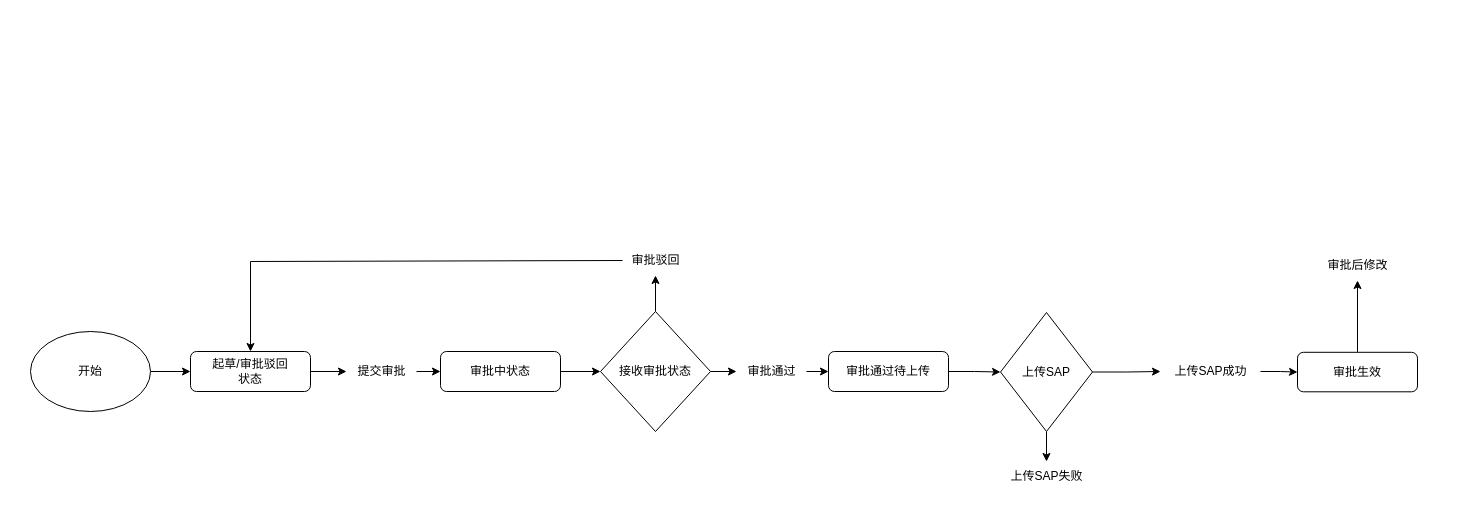
Earlier version of the draw.io diagram 未命名绘图.drawio (Leo-zwh/publishSystem). Source tidied: cells renumbered, new cells numbered last; positions are measured from the earlier drawing's top-left corner, leaving out a move shared by most shapes. Both pictures are drawn from the tidied source at 100%, with x=0, y=0 at pixel (30, 245).
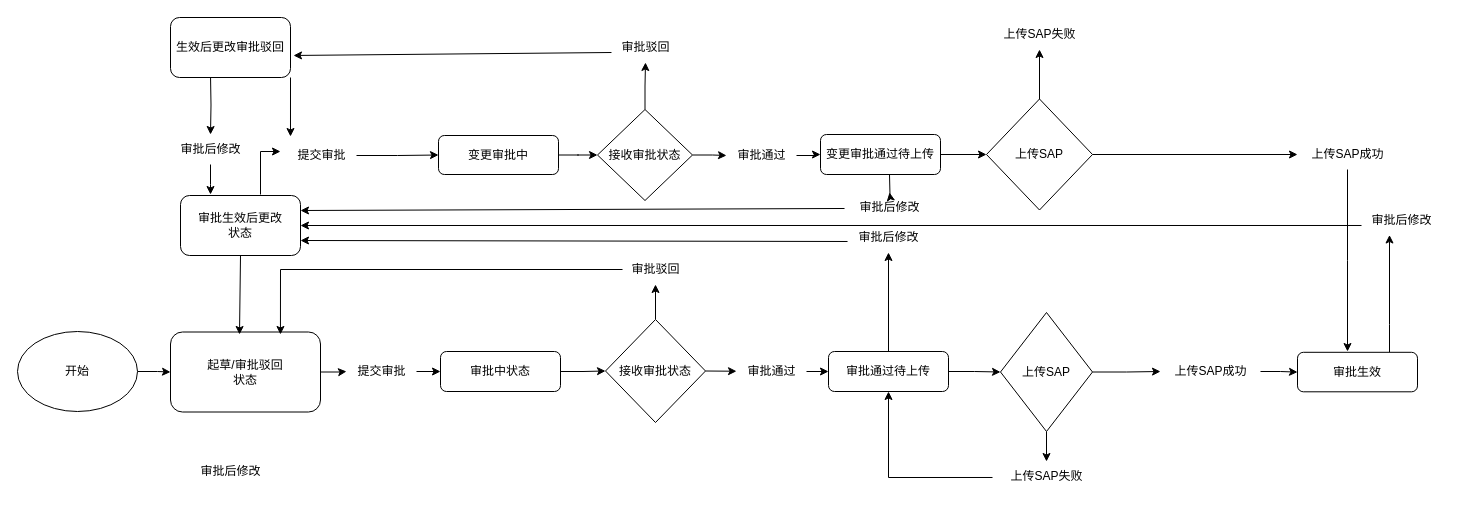
Above is the later version.

Commit message (it also covers changes not shown here):
更新未命名绘图.drawio

Unchanged cells that the change refers to:
```xml
<mxCell id="9" value="审批生效" style="rounded=1;whiteSpace=wrap;html=1;" parent="1" vertex="1">
  <mxGeometry x="1267" y="106.8" width="120" height="39.5" as="geometry" />
</mxCell>
<mxCell id="17" value="上传SAP" style="rhombus;whiteSpace=wrap;html=1;" parent="1" vertex="1">
  <mxGeometry x="970" y="67" width="92" height="119" as="geometry" />
</mxCell>
<mxCell id="23" value="上传SAP失败" style="text;html=1;align=center;verticalAlign=middle;points=[];strokeColor=none;fillColor=none;" parent="1" vertex="1">
  <mxGeometry x="966" y="216" width="100" height="30" as="geometry" />
</mxCell>
<mxCell id="24" value="审批通过待上传" style="rounded=1;whiteSpace=wrap;html=1;" parent="1" vertex="1">
  <mxGeometry x="798" y="106" width="120" height="40" as="geometry" />
</mxCell>
```

What changed in the source:
```diff
@@
     <mxCell id="3" value="开始" style="ellipse;whiteSpace=wrap;html=1;labelBackgroundColor=none;labelBorderColor=none;" parent="1" vertex="1">
-      <mxGeometry y="86" width="120" height="80" as="geometry" />
+      <mxGeometry x="-13" y="86" width="120" height="80" as="geometry" />
     </mxCell>
@@
     <mxCell id="5" value="起草/审批驳回&lt;br&gt;状态" style="rounded=1;whiteSpace=wrap;html=1;" parent="1" vertex="1">
-      <mxGeometry x="160" y="106" width="120" height="40" as="geometry" />
+      <mxGeometry x="140" y="86.5" width="150" height="80" as="geometry" />
     </mxCell>
@@
-    <mxCell id="8" style="edgeStyle=orthogonalEdgeStyle;rounded=0;jettySize=auto;html=1;" parent="1" edge="1" source="9" target="27">
-      <mxGeometry relative="1" as="geometry" />
-    </mxCell>
+    <mxCell id="28" style="edgeStyle=orthogonalEdgeStyle;rounded=0;orthogonalLoop=1;jettySize=auto;html=1;" parent="1" edge="1">
+      <mxGeometry relative="1" as="geometry">
+        <mxPoint x="1359" y="106.8" as="sourcePoint" />
+        <mxPoint x="1359" y="-10.5" as="targetPoint" />
+        <Array as="points">
+          <mxPoint x="1359" y="79" />
+          <mxPoint x="1359" y="79" />
+        </Array>
+      </mxGeometry>
+    </mxCell>
@@
     <mxCell id="12" value="审批驳回" style="text;html=1;align=center;verticalAlign=middle;points=[];strokeColor=none;fillColor=none;" parent="1" vertex="1">
-      <mxGeometry x="590" width="70" height="30" as="geometry" />
+      <mxGeometry x="590" y="9" width="70" height="30" as="geometry" />
     </mxCell>
@@
     <mxCell id="14" value="接收审批状态" style="rhombus;whiteSpace=wrap;html=1;" parent="1" vertex="1">
-      <mxGeometry x="570" y="66" width="110" height="120" as="geometry" />
+      <mxGeometry x="575" y="74" width="100" height="103" as="geometry" />
     </mxCell>
+    <mxCell id="16" style="edgeStyle=orthogonalEdgeStyle;rounded=0;jettySize=auto;html=1;" parent="1" edge="1" source="17" target="23">
+      <mxGeometry relative="1" as="geometry" />
+    </mxCell>
@@
-    <mxCell id="16" style="edgeStyle=orthogonalEdgeStyle;rounded=0;jettySize=auto;html=1;" parent="1" edge="1" source="17" target="23">
-      <mxGeometry relative="1" as="geometry" />
-    </mxCell>
@@
+    <mxCell id="29" style="edgeStyle=orthogonalEdgeStyle;rounded=0;jettySize=auto;html=1;" parent="1" edge="1" source="24" target="27">
+      <mxGeometry relative="1" as="geometry" />
+    </mxCell>
@@
-    <mxCell id="26" style="endArrow=classic;html=1;rounded=0;exitX=0.029;exitY=0.5;exitDx=0;exitDy=0;exitPerimeter=0;entryX=0.5;entryY=0;entryDx=0;entryDy=0;" parent="1" edge="1" source="12" target="5">
+    <mxCell id="26" style="endArrow=classic;html=1;rounded=0;exitX=0.029;exitY=0.5;exitDx=0;exitDy=0;exitPerimeter=0;entryX=0.733;entryY=0.031;entryDx=0;entryDy=0;entryPerimeter=0;" parent="1" edge="1" source="12" target="5">
       <mxGeometry relative="1" as="geometry">
         <Array as="points">
-          <mxPoint x="220" y="16" />
+          <mxPoint x="250" y="24" />
         </Array>
       </mxGeometry>
     </mxCell>
     <mxCell id="27" value="审批后修改" style="text;html=1;align=center;verticalAlign=middle;points=[];strokeColor=none;fillColor=none;" parent="1" vertex="1">
-      <mxGeometry x="1287" y="5" width="80" height="30" as="geometry" />
+      <mxGeometry x="818" y="-23" width="80" height="30" as="geometry" />
     </mxCell>
+    <mxCell id="30" style="endArrow=classic;html=1;rounded=0;exitX=-0.04;exitY=0.533;exitDx=0;exitDy=0;exitPerimeter=0;entryX=0.5;entryY=1;entryDx=0;entryDy=0;" parent="1" edge="1" source="23" target="24">
+      <mxGeometry relative="1" as="geometry">
+        <Array as="points">
+          <mxPoint x="858" y="232" />
+        </Array>
+      </mxGeometry>
+    </mxCell>
+    <mxCell id="31" style="endArrow=classic;html=1;rounded=0;exitX=-0.012;exitY=0.633;exitDx=0;exitDy=0;exitPerimeter=0;entryX=1;entryY=0.75;entryDx=0;entryDy=0;" parent="1" edge="1" source="27" target="33">
+      <mxGeometry relative="1" as="geometry" />
+    </mxCell>
+    <mxCell id="32" value="审批后修改" style="text;html=1;align=center;verticalAlign=middle;strokeColor=none;fillColor=none;" parent="1" vertex="1">
+      <mxGeometry x="160" y="211" width="80" height="30" as="geometry" />
+    </mxCell>
+    <mxCell id="33" value="审批生效后更改&lt;br style=&quot;border-color: var(--border-color);&quot;&gt;状态" style="rounded=1;whiteSpace=wrap;html=1;" parent="1" vertex="1">
+      <mxGeometry x="150" y="-50" width="120" height="60" as="geometry" />
+    </mxCell>
+    <mxCell id="34" style="endArrow=classic;html=1;rounded=0;exitX=0.5;exitY=1;exitDx=0;exitDy=0;entryX=0.46;entryY=0.031;entryDx=0;entryDy=0;entryPerimeter=0;" parent="1" edge="1" source="33" target="5">
+      <mxGeometry relative="1" as="geometry" />
+    </mxCell>
+    <mxCell id="35" style="edgeStyle=orthogonalEdgeStyle;rounded=0;jettySize=auto;html=1;" parent="1" edge="1" source="36" target="38">
+      <mxGeometry relative="1" as="geometry" />
+    </mxCell>
+    <mxCell id="36" value="提交审批" style="text;html=1;align=center;verticalAlign=middle;points=[];strokeColor=none;fillColor=none;" parent="1" vertex="1">
+      <mxGeometry x="256" y="-105" width="70" height="30" as="geometry" />
+    </mxCell>
+    <mxCell id="37" style="edgeStyle=orthogonalEdgeStyle;rounded=0;jettySize=auto;html=1;" parent="1" edge="1" source="38" target="42">
+      <mxGeometry relative="1" as="geometry" />
+    </mxCell>
+    <mxCell id="38" value="变更审批中" style="rounded=1;whiteSpace=wrap;html=1;" parent="1" vertex="1">
+      <mxGeometry x="408" y="-110" width="120" height="39" as="geometry" />
+    </mxCell>
+    <mxCell id="39" style="endArrow=classic;html=1;rounded=0;" parent="1" edge="1">
+      <mxGeometry relative="1" as="geometry">
+        <mxPoint x="230" y="-51" as="sourcePoint" />
+        <mxPoint x="250" y="-94" as="targetPoint" />
+        <Array as="points">
+          <mxPoint x="230" y="-94" />
+        </Array>
+      </mxGeometry>
+    </mxCell>
+    <mxCell id="40" style="edgeStyle=orthogonalEdgeStyle;rounded=0;jettySize=auto;html=1;" parent="1" edge="1" source="42" target="43">
+      <mxGeometry relative="1" as="geometry" />
+    </mxCell>
+    <mxCell id="41" style="edgeStyle=orthogonalEdgeStyle;rounded=0;jettySize=auto;html=1;" parent="1" edge="1" source="42" target="53">
+      <mxGeometry relative="1" as="geometry" />
+    </mxCell>
+    <mxCell id="42" value="接收审批状态" style="rhombus;whiteSpace=wrap;html=1;" parent="1" vertex="1">
+      <mxGeometry x="567" y="-136" width="95" height="91" as="geometry" />
+    </mxCell>
+    <mxCell id="43" value="审批驳回" style="text;html=1;align=center;verticalAlign=middle;points=[];strokeColor=none;fillColor=none;" parent="1" vertex="1">
+      <mxGeometry x="580" y="-213" width="70" height="30" as="geometry" />
+    </mxCell>
+    <mxCell id="44" style="edgeStyle=orthogonalEdgeStyle;rounded=0;jettySize=auto;html=1;" parent="1" edge="1" target="48">
+      <mxGeometry relative="1" as="geometry">
+        <mxPoint x="180" y="-171" as="sourcePoint" />
+      </mxGeometry>
+    </mxCell>
+    <mxCell id="45" value="生效后更改审批驳回" style="rounded=1;whiteSpace=wrap;html=1;" parent="1" vertex="1">
+      <mxGeometry x="140" y="-228" width="120" height="60" as="geometry" />
+    </mxCell>
+    <mxCell id="46" style="endArrow=classic;html=1;rounded=0;exitX=0.014;exitY=0.667;exitDx=0;exitDy=0;exitPerimeter=0;entryX=1.025;entryY=0.633;entryDx=0;entryDy=0;entryPerimeter=0;" parent="1" edge="1" source="43" target="45">
+      <mxGeometry relative="1" as="geometry" />
+    </mxCell>
+    <mxCell id="47" style="edgeStyle=orthogonalEdgeStyle;rounded=0;jettySize=auto;html=1;" parent="1" edge="1" source="48">
+      <mxGeometry relative="1" as="geometry">
+        <mxPoint x="180" y="-51" as="targetPoint" />
+      </mxGeometry>
+    </mxCell>
+    <mxCell id="48" value="审批后修改" style="text;html=1;align=center;verticalAlign=middle;points=[];strokeColor=none;fillColor=none;" parent="1" vertex="1">
+      <mxGeometry x="140" y="-111" width="80" height="30" as="geometry" />
+    </mxCell>
+    <mxCell id="49" style="edgeStyle=orthogonalEdgeStyle;rounded=0;jettySize=auto;html=1;" parent="1" edge="1" target="61">
+      <mxGeometry relative="1" as="geometry">
+        <mxPoint x="859" y="-71" as="sourcePoint" />
+      </mxGeometry>
+    </mxCell>
+    <mxCell id="50" style="edgeStyle=orthogonalEdgeStyle;rounded=0;jettySize=auto;html=1;" parent="1" edge="1" source="51" target="56">
+      <mxGeometry relative="1" as="geometry" />
+    </mxCell>
+    <mxCell id="51" value="变更审批通过待上传" style="rounded=1;whiteSpace=wrap;html=1;" parent="1" vertex="1">
+      <mxGeometry x="790" y="-111" width="120" height="40" as="geometry" />
+    </mxCell>
+    <mxCell id="52" style="edgeStyle=orthogonalEdgeStyle;rounded=0;jettySize=auto;html=1;" parent="1" edge="1" source="53" target="51">
+      <mxGeometry relative="1" as="geometry" />
+    </mxCell>
+    <mxCell id="53" value="审批通过" style="text;html=1;align=center;verticalAlign=middle;points=[];strokeColor=none;fillColor=none;" parent="1" vertex="1">
+      <mxGeometry x="696" y="-105" width="70" height="30" as="geometry" />
+    </mxCell>
+    <mxCell id="54" style="edgeStyle=orthogonalEdgeStyle;rounded=0;jettySize=auto;html=1;" parent="1" edge="1" source="56" target="59">
+      <mxGeometry relative="1" as="geometry" />
+    </mxCell>
+    <mxCell id="55" style="edgeStyle=orthogonalEdgeStyle;rounded=0;jettySize=auto;html=1;" parent="1" edge="1" source="56" target="57">
+      <mxGeometry relative="1" as="geometry" />
+    </mxCell>
+    <mxCell id="56" value="上传SAP" style="rhombus;whiteSpace=wrap;html=1;" parent="1" vertex="1">
+      <mxGeometry x="956" y="-146.5" width="106" height="111" as="geometry" />
+    </mxCell>
+    <mxCell id="57" value="上传SAP失败" style="text;html=1;align=center;verticalAlign=middle;points=[];strokeColor=none;fillColor=none;" parent="1" vertex="1">
+      <mxGeometry x="959" y="-226" width="100" height="30" as="geometry" />
+    </mxCell>
+    <mxCell id="58" style="edgeStyle=orthogonalEdgeStyle;rounded=0;jettySize=auto;html=1;" parent="1" edge="1" source="59">
+      <mxGeometry relative="1" as="geometry">
+        <mxPoint x="1317" y="106" as="targetPoint" />
+      </mxGeometry>
+    </mxCell>
+    <mxCell id="59" value="上传SAP成功" style="text;html=1;align=center;verticalAlign=middle;points=[];strokeColor=none;fillColor=none;" parent="1" vertex="1">
+      <mxGeometry x="1267" y="-106" width="100" height="30" as="geometry" />
+    </mxCell>
+    <mxCell id="60" style="endArrow=classic;html=1;rounded=0;exitX=1;exitY=1;exitDx=0;exitDy=0;entryX=0.057;entryY=-0.133;entryDx=0;entryDy=0;entryPerimeter=0;" parent="1" edge="1" source="45" target="36">
+      <mxGeometry relative="1" as="geometry" />
+    </mxCell>
+    <mxCell id="61" value="审批后修改" style="text;html=1;align=center;verticalAlign=middle;points=[];strokeColor=none;fillColor=none;" parent="1" vertex="1">
+      <mxGeometry x="819" y="-53" width="80" height="30" as="geometry" />
+    </mxCell>
+    <mxCell id="62" style="endArrow=classic;html=1;rounded=0;exitX=-0.062;exitY=0.533;exitDx=0;exitDy=0;exitPerimeter=0;entryX=1;entryY=0.25;entryDx=0;entryDy=0;" parent="1" edge="1" source="61" target="33">
+      <mxGeometry relative="1" as="geometry" />
+    </mxCell>
+    <mxCell id="63" value="审批后修改" style="text;html=1;align=center;verticalAlign=middle;points=[];strokeColor=none;fillColor=none;" parent="1" vertex="1">
+      <mxGeometry x="1331" y="-40.5" width="80" height="30" as="geometry" />
+    </mxCell>
+    <mxCell id="64" style="endArrow=classic;html=1;rounded=0;exitX=0;exitY=0.683;exitDx=0;exitDy=0;exitPerimeter=0;entryX=1;entryY=0.5;entryDx=0;entryDy=0;" parent="1" edge="1" source="63" target="33">
+      <mxGeometry relative="1" as="geometry" />
+    </mxCell>
```
